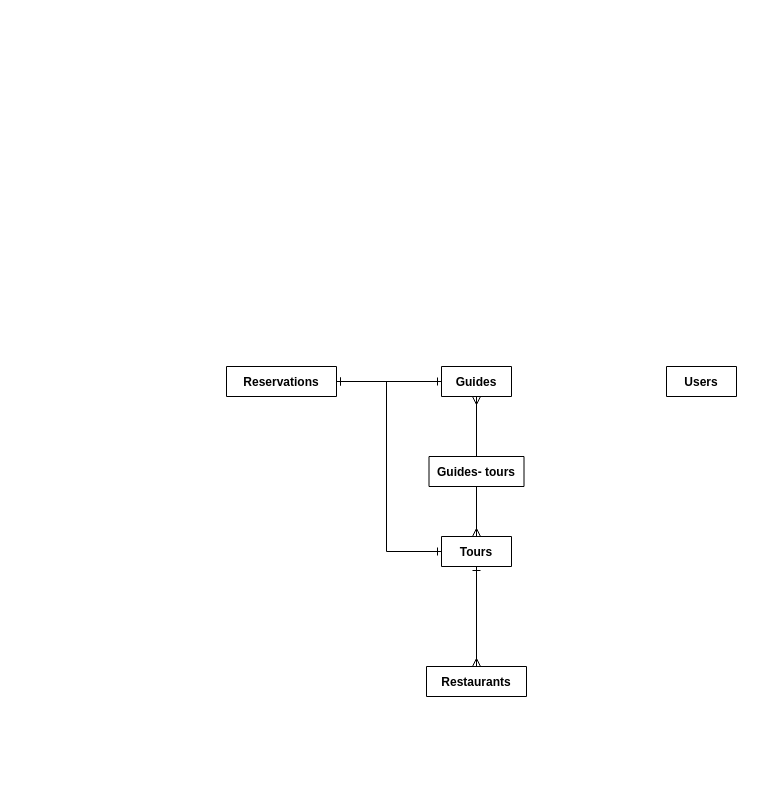
The draw.io diagram Planning Docs/TTDataModels.drawio in TheJasuMasa/TokyoTours, before the edit. Source tidied: cells renumbered, new cells numbered last; positions are measured from the earlier drawing's top-left corner, leaving out a move shared by most shapes. Both pictures are drawn from the tidied source at 100%, with x=0, y=0 at pixel (226, 366).
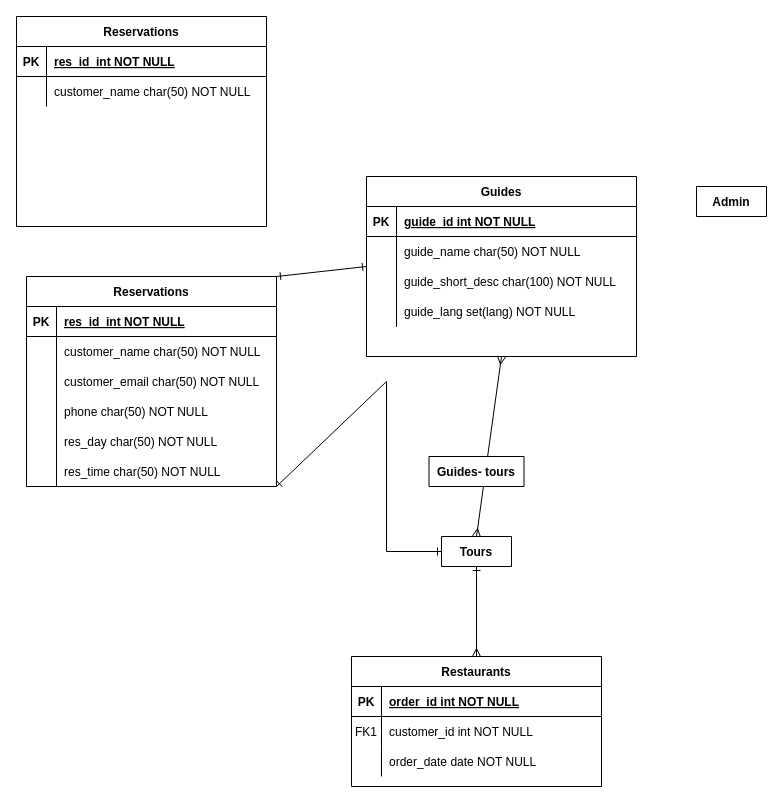
The same page after the edit.

Commit message:
further expand data models. Need to figure out how to store website data and language data.

Unchanged cells that the change refers to:
```xml
<mxCell id="3" value="Tours" style="shape=table;startSize=30;childLayout=tableLayout;rowLines=0;fontStyle=1;align=center;" parent="1" vertex="1" collapsed="1">
  <mxGeometry x="215" y="170" width="70" height="30" as="geometry" />
</mxCell>
```

The edit, as a diff of the source:
```diff
@@
-    <mxCell id="2" value="Restaurants" style="shape=table;startSize=30;childLayout=tableLayout;rowLines=0;fontStyle=1;align=center;" parent="1" vertex="1" collapsed="1">
-      <mxGeometry x="200" y="300" width="100" height="30" as="geometry" />
+    <mxCell id="2" value="Restaurants" style="shape=table;startSize=30;childLayout=tableLayout;rowLines=0;fontStyle=1;align=center;" parent="1" vertex="1">
+      <mxGeometry x="125" y="290" width="250" height="130" as="geometry" />
     </mxCell>
+    <mxCell id="12" style="shape=partialRectangle;fillColor=none;top=0;left=0;right=0;bottom=1;" parent="2" vertex="1">
+      <mxGeometry y="30" width="250" height="30" as="geometry" />
+    </mxCell>
+    <mxCell id="13" value="PK" style="shape=partialRectangle;overflow=hidden;fillColor=none;top=0;left=0;bottom=0;right=0;fontStyle=1;" parent="12" vertex="1">
+      <mxGeometry width="30" height="30" as="geometry" />
+    </mxCell>
+    <mxCell id="14" value="order_id int NOT NULL " style="shape=partialRectangle;overflow=hidden;fillColor=none;top=0;left=0;bottom=0;right=0;align=left;spacingLeft=6;fontStyle=5;" parent="12" vertex="1">
+      <mxGeometry x="30" width="220" height="30" as="geometry" />
+    </mxCell>
+    <mxCell id="15" style="shape=partialRectangle;fillColor=none;top=0;left=0;right=0;bottom=0;" parent="2" vertex="1">
+      <mxGeometry y="60" width="250" height="30" as="geometry" />
+    </mxCell>
+    <mxCell id="16" value="FK1" style="shape=partialRectangle;overflow=hidden;fillColor=none;top=0;left=0;bottom=0;right=0;" parent="15" vertex="1">
+      <mxGeometry width="30" height="30" as="geometry" />
+    </mxCell>
+    <mxCell id="17" value="customer_id int NOT NULL" style="shape=partialRectangle;overflow=hidden;fillColor=none;top=0;left=0;bottom=0;right=0;align=left;spacingLeft=6;" parent="15" vertex="1">
+      <mxGeometry x="30" width="220" height="30" as="geometry" />
+    </mxCell>
+    <mxCell id="18" style="shape=partialRectangle;fillColor=none;top=0;left=0;right=0;bottom=0;" parent="2" vertex="1">
+      <mxGeometry y="90" width="250" height="30" as="geometry" />
+    </mxCell>
+    <mxCell id="19" style="shape=partialRectangle;overflow=hidden;fillColor=none;top=0;left=0;bottom=0;right=0;" parent="18" vertex="1">
+      <mxGeometry width="30" height="30" as="geometry" />
+    </mxCell>
+    <mxCell id="20" value="order_date date NOT NULL" style="shape=partialRectangle;overflow=hidden;fillColor=none;top=0;left=0;bottom=0;right=0;align=left;spacingLeft=6;" parent="18" vertex="1">
+      <mxGeometry x="30" width="220" height="30" as="geometry" />
+    </mxCell>
@@
-    <mxCell id="4" value="Reservations" style="shape=table;startSize=30;childLayout=tableLayout;rowLines=0;fontStyle=1;align=center;" parent="1" vertex="1" collapsed="1">
-      <mxGeometry width="110" height="30" as="geometry" />
+    <mxCell id="4" value="Reservations" style="shape=table;startSize=30;childLayout=tableLayout;rowLines=0;fontStyle=1;align=center;" parent="1" vertex="1">
+      <mxGeometry x="-200" y="-90" width="250" height="210" as="geometry" />
     </mxCell>
+    <mxCell id="21" style="shape=partialRectangle;fillColor=none;top=0;left=0;right=0;bottom=1;" parent="4" vertex="1">
+      <mxGeometry y="30" width="250" height="30" as="geometry" />
+    </mxCell>
+    <mxCell id="22" value="PK" style="shape=partialRectangle;overflow=hidden;fillColor=none;top=0;left=0;bottom=0;right=0;fontStyle=1;" parent="21" vertex="1">
+      <mxGeometry width="30" height="30" as="geometry" />
+    </mxCell>
+    <mxCell id="23" value="res_id  int NOT NULL" style="shape=partialRectangle;overflow=hidden;fillColor=none;top=0;left=0;bottom=0;right=0;align=left;spacingLeft=6;fontStyle=5;" parent="21" vertex="1">
+      <mxGeometry x="30" width="220" height="30" as="geometry" />
+    </mxCell>
+    <mxCell id="24" style="shape=partialRectangle;fillColor=none;top=0;left=0;right=0;bottom=0;" parent="4" vertex="1">
+      <mxGeometry y="60" width="250" height="30" as="geometry" />
+    </mxCell>
+    <mxCell id="25" style="shape=partialRectangle;overflow=hidden;fillColor=none;top=0;left=0;bottom=0;right=0;" parent="24" vertex="1">
+      <mxGeometry width="30" height="30" as="geometry" />
+    </mxCell>
+    <mxCell id="26" value="customer_name char(50) NOT NULL" style="shape=partialRectangle;overflow=hidden;fillColor=none;top=0;left=0;bottom=0;right=0;align=left;spacingLeft=6;" parent="24" vertex="1">
+      <mxGeometry x="30" width="220" height="30" as="geometry" />
+    </mxCell>
-    <mxCell id="5" value="Guides" style="shape=table;startSize=30;childLayout=tableLayout;rowLines=0;fontStyle=1;align=center;" parent="1" vertex="1" collapsed="1">
-      <mxGeometry x="215" width="70" height="30" as="geometry" />
+    <mxCell id="5" value="Guides" style="shape=table;startSize=30;childLayout=tableLayout;rowLines=0;fontStyle=1;align=center;" parent="1" vertex="1">
+      <mxGeometry x="140" y="-190" width="270" height="180" as="geometry" />
     </mxCell>
+    <mxCell id="27" style="shape=partialRectangle;fillColor=none;top=0;left=0;right=0;bottom=1;" parent="5" vertex="1">
+      <mxGeometry y="30" width="270" height="30" as="geometry" />
+    </mxCell>
+    <mxCell id="28" value="PK" style="shape=partialRectangle;overflow=hidden;fillColor=none;top=0;left=0;bottom=0;right=0;fontStyle=1;" parent="27" vertex="1">
+      <mxGeometry width="30" height="30" as="geometry" />
+    </mxCell>
+    <mxCell id="29" value="guide_id int NOT NULL " style="shape=partialRectangle;overflow=hidden;fillColor=none;top=0;left=0;bottom=0;right=0;align=left;spacingLeft=6;fontStyle=5;" parent="27" vertex="1">
+      <mxGeometry x="30" width="240" height="30" as="geometry" />
+    </mxCell>
+    <mxCell id="30" style="shape=partialRectangle;fillColor=none;top=0;left=0;right=0;bottom=0;" parent="5" vertex="1">
+      <mxGeometry y="60" width="270" height="30" as="geometry" />
+    </mxCell>
+    <mxCell id="31" style="shape=partialRectangle;overflow=hidden;fillColor=none;top=0;left=0;bottom=0;right=0;" parent="30" vertex="1">
+      <mxGeometry width="30" height="30" as="geometry" />
+    </mxCell>
+    <mxCell id="32" value="guide_name char(50) NOT NULL" style="shape=partialRectangle;overflow=hidden;fillColor=none;top=0;left=0;bottom=0;right=0;align=left;spacingLeft=6;" parent="30" vertex="1">
+      <mxGeometry x="30" width="240" height="30" as="geometry" />
+    </mxCell>
-    <mxCell id="6" value="Users" style="shape=table;startSize=30;childLayout=tableLayout;rowLines=0;fontStyle=1;align=center;" parent="1" vertex="1" collapsed="1">
-      <mxGeometry x="440" width="70" height="30" as="geometry" />
+    <mxCell id="6" value="Admin" style="shape=table;startSize=30;childLayout=tableLayout;rowLines=0;fontStyle=1;align=center;" parent="1" vertex="1" collapsed="1">
+      <mxGeometry x="470" y="-180" width="70" height="30" as="geometry" />
     </mxCell>
@@
-    <mxCell id="8" style="endArrow=ERone;html=1;rounded=0;entryX=0;entryY=0.5;entryDx=0;entryDy=0;startArrow=ERone;startFill=0;endFill=0;exitX=1;exitY=0.5;exitDx=0;exitDy=0;" parent="1" edge="1" source="4" target="5">
+    <mxCell id="8" style="endArrow=ERone;html=1;rounded=0;entryX=0;entryY=0.5;entryDx=0;entryDy=0;startArrow=ERone;startFill=0;endFill=0;exitX=1;exitY=0;exitDx=0;exitDy=0;" parent="1" edge="1" source="4" target="5">
       <mxGeometry relative="1" as="geometry" />
     </mxCell>
-    <mxCell id="9" style="endArrow=ERone;html=1;rounded=0;startArrow=ERone;startFill=0;endFill=0;exitX=1;exitY=0.5;exitDx=0;exitDy=0;" parent="1" edge="1" source="4" target="3">
+    <mxCell id="9" style="endArrow=ERone;html=1;rounded=0;startArrow=ERone;startFill=0;endFill=0;exitX=1;exitY=1;exitDx=0;exitDy=0;" parent="1" edge="1" source="4" target="3">
       <mxGeometry relative="1" as="geometry">
         <Array as="points">
           <mxPoint x="160" y="15" />
           <mxPoint x="160" y="185" />
         </Array>
       </mxGeometry>
     </mxCell>
-    <mxCell id="10" style="endArrow=ERmany;html=1;rounded=0;entryX=0.5;entryY=0;entryDx=0;entryDy=0;startArrow=ERmany;startFill=0;endFill=0;" parent="1" edge="1" target="3">
-      <mxGeometry relative="1" as="geometry">
-        <mxPoint x="250" y="30" as="sourcePoint" />
-      </mxGeometry>
+    <mxCell id="10" style="endArrow=ERmany;html=1;rounded=0;entryX=0.5;entryY=0;entryDx=0;entryDy=0;startArrow=ERmany;startFill=0;endFill=0;exitX=0.5;exitY=1;exitDx=0;exitDy=0;" parent="1" edge="1" source="5" target="3">
+      <mxGeometry relative="1" as="geometry" />
     </mxCell>
@@
+    <mxCell id="33" value="customer_email char(50) NOT NULL" style="shape=partialRectangle;overflow=hidden;fillColor=none;top=0;left=1;bottom=0;right=0;align=left;spacingLeft=6;perimeterSpacing=0;" parent="1" vertex="1">
+      <mxGeometry x="-170" width="220" height="30" as="geometry" />
+    </mxCell>
+    <mxCell id="34" value="phone char(50) NOT NULL" style="shape=partialRectangle;overflow=hidden;fillColor=none;top=0;left=1;bottom=0;right=0;align=left;spacingLeft=6;perimeterSpacing=0;" parent="1" vertex="1">
+      <mxGeometry x="-170" y="30" width="220" height="30" as="geometry" />
+    </mxCell>
+    <mxCell id="35" value="res_day char(50) NOT NULL" style="shape=partialRectangle;overflow=hidden;fillColor=none;top=0;left=1;bottom=0;right=0;align=left;spacingLeft=6;perimeterSpacing=0;" parent="1" vertex="1">
+      <mxGeometry x="-170" y="60" width="220" height="30" as="geometry" />
+    </mxCell>
+    <mxCell id="36" value="res_time char(50) NOT NULL" style="shape=partialRectangle;overflow=hidden;fillColor=none;top=0;left=1;bottom=0;right=0;align=left;spacingLeft=6;perimeterSpacing=0;" parent="1" vertex="1">
+      <mxGeometry x="-170" y="90" width="220" height="30" as="geometry" />
+    </mxCell>
+    <mxCell id="37" style="shape=partialRectangle;fillColor=none;top=0;left=0;right=0;bottom=0;" parent="1" vertex="1">
+      <mxGeometry x="140" y="-100" width="250" height="30" as="geometry" />
+    </mxCell>
+    <mxCell id="38" style="shape=partialRectangle;overflow=hidden;fillColor=none;top=0;left=0;bottom=0;right=0;" parent="37" vertex="1">
+      <mxGeometry width="30" height="30" as="geometry" />
+    </mxCell>
+    <mxCell id="39" value="guide_short_desc char(100) NOT NULL" style="shape=partialRectangle;overflow=hidden;fillColor=none;top=0;left=1;bottom=0;right=0;align=left;spacingLeft=6;" parent="37" vertex="1">
+      <mxGeometry x="30" width="220" height="30" as="geometry" />
+    </mxCell>
+    <mxCell id="40" value="Reservations" style="shape=table;startSize=30;childLayout=tableLayout;rowLines=0;fontStyle=1;align=center;" parent="1" vertex="1">
+      <mxGeometry x="-210" y="-350" width="250" height="210" as="geometry" />
+    </mxCell>
+    <mxCell id="41" style="shape=partialRectangle;fillColor=none;top=0;left=0;right=0;bottom=1;" parent="40" vertex="1">
+      <mxGeometry y="30" width="250" height="30" as="geometry" />
+    </mxCell>
+    <mxCell id="42" value="PK" style="shape=partialRectangle;overflow=hidden;fillColor=none;top=0;left=0;bottom=0;right=0;fontStyle=1;" parent="41" vertex="1">
+      <mxGeometry width="30" height="30" as="geometry" />
+    </mxCell>
+    <mxCell id="43" value="res_id  int NOT NULL" style="shape=partialRectangle;overflow=hidden;fillColor=none;top=0;left=0;bottom=0;right=0;align=left;spacingLeft=6;fontStyle=5;" parent="41" vertex="1">
+      <mxGeometry x="30" width="220" height="30" as="geometry" />
+    </mxCell>
+    <mxCell id="44" style="shape=partialRectangle;fillColor=none;top=0;left=0;right=0;bottom=0;" parent="40" vertex="1">
+      <mxGeometry y="60" width="250" height="30" as="geometry" />
+    </mxCell>
+    <mxCell id="45" style="shape=partialRectangle;overflow=hidden;fillColor=none;top=0;left=0;bottom=0;right=0;" parent="44" vertex="1">
+      <mxGeometry width="30" height="30" as="geometry" />
+    </mxCell>
+    <mxCell id="46" value="customer_name char(50) NOT NULL" style="shape=partialRectangle;overflow=hidden;fillColor=none;top=0;left=0;bottom=0;right=0;align=left;spacingLeft=6;" parent="44" vertex="1">
+      <mxGeometry x="30" width="220" height="30" as="geometry" />
+    </mxCell>
+    <mxCell id="47" style="shape=partialRectangle;fillColor=none;top=0;left=0;right=0;bottom=0;" parent="1" vertex="1">
+      <mxGeometry x="140" y="-70" width="250" height="30" as="geometry" />
+    </mxCell>
+    <mxCell id="48" style="shape=partialRectangle;overflow=hidden;fillColor=none;top=0;left=0;bottom=0;right=0;" parent="47" vertex="1">
+      <mxGeometry width="30" height="30" as="geometry" />
+    </mxCell>
+    <mxCell id="49" value="guide_lang set(lang) NOT NULL" style="shape=partialRectangle;overflow=hidden;fillColor=none;top=0;left=1;bottom=0;right=0;align=left;spacingLeft=6;" parent="47" vertex="1">
+      <mxGeometry x="30" width="220" height="30" as="geometry" />
+    </mxCell>
```
